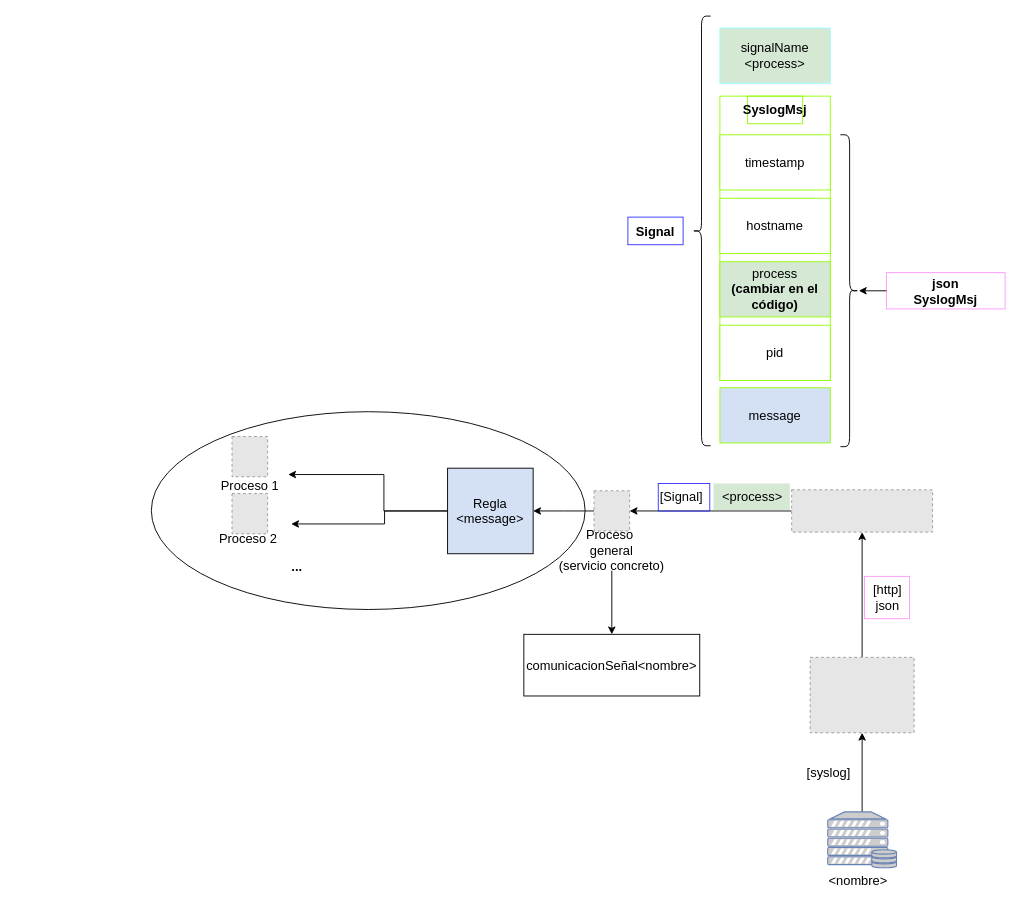
Earlier version of the draw.io diagram esquemaProcesos.drawio (MarianaReyesH/gestionRed). Source tidied: cells renumbered, new cells numbered last; positions are measured from the earlier drawing's top-left corner, leaving out a move shared by most shapes. Both pictures are drawn from the tidied source at 92%, with x=0, y=0 at pixel (151, 16). Pictures stored in the file or linked from it are replaced by grey dashed boxes.
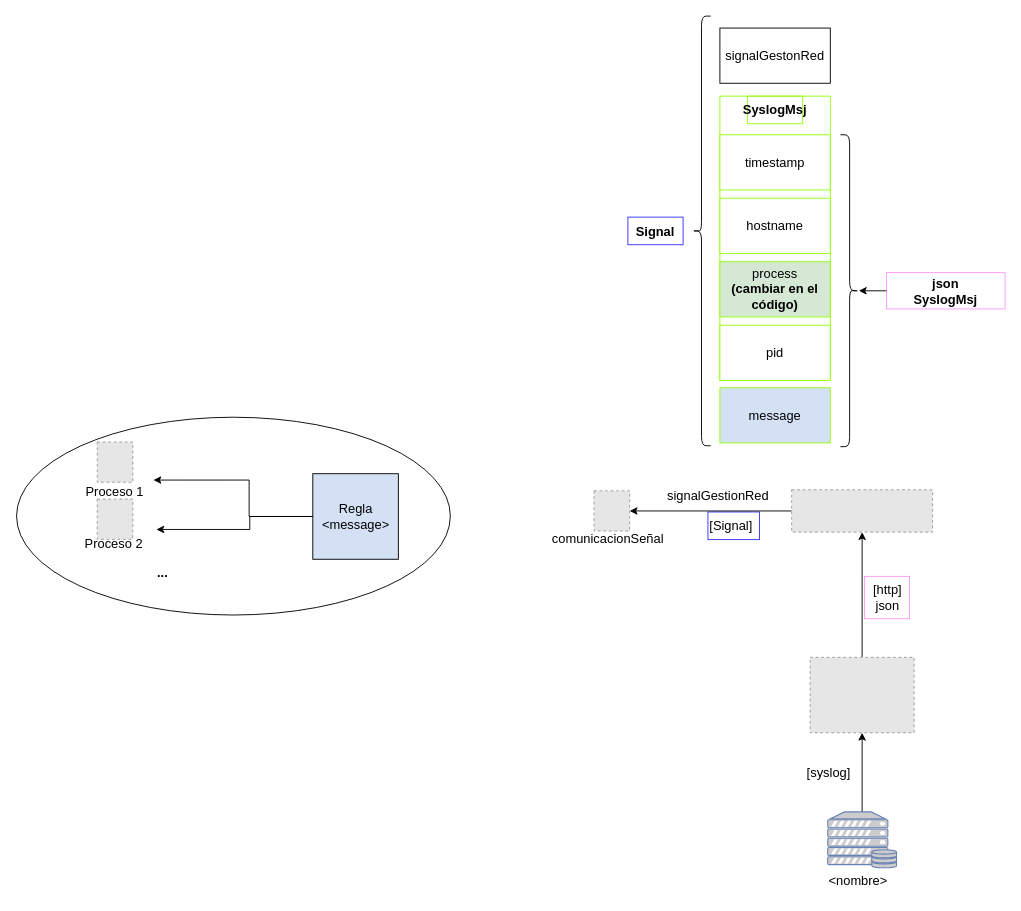
Above is the later version.

The change refers to these unchanged cells:
```xml
<mxCell id="6" value="&lt;font style=&quot;font-size: 14px;&quot;&gt;Regla&lt;/font&gt;&lt;div&gt;&lt;font style=&quot;font-size: 14px;&quot;&gt;&amp;lt;message&amp;gt;&lt;/font&gt;&lt;/div&gt;" style="whiteSpace=wrap;html=1;fillColor=#D4E1F5;" parent="2" vertex="1">
  <mxGeometry x="291.5" y="34.4" width="93" height="93" as="geometry" />
</mxCell>
<mxCell id="13" style="fillColor=#E6E6E6;strokeColor=#999999;dashed=1;verticalLabelPosition=bottom;labelBackgroundColor=default;verticalAlign=top;" parent="12" vertex="1">
  <mxGeometry x="57.2" width="38.7" height="43.7" as="geometry" />
</mxCell>
<mxCell id="29" style="group;" parent="28" vertex="1">
  <mxGeometry width="220" height="467" as="geometry" />
</mxCell>
```

What changed in the source:
```diff
@@
     <mxCell id="2" style="group;" parent="1" vertex="1">
-      <mxGeometry x="30.5" y="457" width="441" height="188" as="geometry" />
+      <mxGeometry x="-116" y="463" width="441" height="188" as="geometry" />
     </mxCell>
@@
     <mxCell id="12" style="group;" parent="1" vertex="1">
-      <mxGeometry x="424" y="516" width="212" height="223" as="geometry" />
+      <mxGeometry x="424" y="516" width="272" height="223" as="geometry" />
     </mxCell>
@@
-    <mxCell id="14" value="&lt;font style=&quot;font-size: 14px;&quot;&gt;Proceso&amp;nbsp;&lt;/font&gt;&lt;div&gt;&lt;font style=&quot;font-size: 14px;&quot;&gt;general&lt;/font&gt;&lt;/div&gt;&lt;div&gt;&lt;font style=&quot;font-size: 14px;&quot;&gt;(servicio concreto)&lt;/font&gt;&lt;/div&gt;" style="text;html=1;align=center;verticalAlign=middle;whiteSpace=wrap;rounded=0;" parent="12" vertex="1">
-      <mxGeometry y="43.7" width="153" height="43.1" as="geometry" />
+    <mxCell id="14" value="&lt;span style=&quot;font-size: 14px;&quot;&gt;comunicacionSeñal&lt;/span&gt;" style="text;html=1;align=center;verticalAlign=middle;whiteSpace=wrap;rounded=0;" parent="12" vertex="1">
+      <mxGeometry x="-4" y="30" width="153" height="43.1" as="geometry" />
     </mxCell>
-    <mxCell id="15" value="&lt;font style=&quot;font-size: 14px;&quot;&gt;comunicacionSeñal&amp;lt;nombre&amp;gt;&lt;/font&gt;" style="whiteSpace=wrap;html=1;" parent="12" vertex="1">
-      <mxGeometry x="-19.1" y="156" width="191.2" height="67" as="geometry" />
-    </mxCell>
-    <mxCell id="16" style="edgeStyle=orthogonalEdgeStyle;rounded=0;jettySize=auto;html=1;" parent="12" edge="1" source="14" target="15">
-      <mxGeometry relative="1" as="geometry" />
-    </mxCell>
-    <mxCell id="17" style="edgeStyle=orthogonalEdgeStyle;rounded=0;jettySize=auto;html=1;" parent="1" edge="1" source="13" target="6">
-      <mxGeometry relative="1" as="geometry" />
-    </mxCell>
+    <mxCell id="27" value="&lt;span style=&quot;color: rgb(0, 0, 0); font-family: Helvetica; font-size: 14px; font-style: normal; font-variant-ligatures: normal; font-variant-caps: normal; font-weight: 400; letter-spacing: normal; orphans: 2; text-align: center; text-indent: 0px; text-transform: none; widows: 2; word-spacing: 0px; -webkit-text-stroke-width: 0px; white-space: nowrap; background-color: rgb(255, 255, 255); text-decoration-thickness: initial; text-decoration-style: initial; text-decoration-color: initial; display: inline !important; float: none;&quot;&gt;[S&lt;/span&gt;&lt;font style=&quot;forced-color-adjust: none; color: rgb(0, 0, 0); font-family: Helvetica; font-size: 14px; font-style: normal; font-variant-ligatures: normal; font-variant-caps: normal; font-weight: 400; letter-spacing: normal; orphans: 2; text-align: center; text-indent: 0px; text-transform: none; widows: 2; word-spacing: 0px; -webkit-text-stroke-width: 0px; white-space: nowrap; background-color: rgb(255, 255, 255); text-decoration-thickness: initial; text-decoration-style: initial; text-decoration-color: initial;&quot;&gt;ignal&lt;/font&gt;&lt;span style=&quot;color: rgb(0, 0, 0); font-family: Helvetica; font-size: 14px; font-style: normal; font-variant-ligatures: normal; font-variant-caps: normal; font-weight: 400; letter-spacing: normal; orphans: 2; text-align: center; text-indent: 0px; text-transform: none; widows: 2; word-spacing: 0px; -webkit-text-stroke-width: 0px; white-space: nowrap; background-color: rgb(255, 255, 255); text-decoration-thickness: initial; text-decoration-style: initial; text-decoration-color: initial; display: inline !important; float: none;&quot;&gt;]&amp;nbsp;&lt;/span&gt;" style="text;whiteSpace=wrap;html=1;strokeColor=#3333FF;" parent="12" vertex="1">
+      <mxGeometry x="181" y="23" width="56" height="30" as="geometry" />
+    </mxCell>
+    <mxCell id="44" value="&lt;span style=&quot;color: rgb(0, 0, 0); font-family: Helvetica; font-size: 14px; font-style: normal; font-variant-ligatures: normal; font-variant-caps: normal; font-weight: 400; letter-spacing: normal; orphans: 2; text-align: center; text-indent: 0px; text-transform: none; widows: 2; word-spacing: 0px; -webkit-text-stroke-width: 0px; white-space: normal; background-color: rgb(255, 255, 255); text-decoration-thickness: initial; text-decoration-style: initial; text-decoration-color: initial; display: inline !important; float: none;&quot;&gt;signalGestionRed&lt;/span&gt;" style="text;whiteSpace=wrap;html=1;" parent="12" vertex="1">
+      <mxGeometry x="134.5" y="-9" width="149" height="39" as="geometry" />
+    </mxCell>
@@
-    <mxCell id="20" value="&lt;font style=&quot;font-size: 14px;&quot;&gt;&amp;lt;process&amp;gt;&lt;/font&gt;" style="text;html=1;align=center;verticalAlign=middle;strokeColor=none;fillColor=#D5E8D4;" parent="1" vertex="1">
-      <mxGeometry x="611" y="508" width="83" height="29" as="geometry" />
-    </mxCell>
@@
-    <mxCell id="27" value="&lt;span style=&quot;color: rgb(0, 0, 0); font-family: Helvetica; font-size: 14px; font-style: normal; font-variant-ligatures: normal; font-variant-caps: normal; font-weight: 400; letter-spacing: normal; orphans: 2; text-align: center; text-indent: 0px; text-transform: none; widows: 2; word-spacing: 0px; -webkit-text-stroke-width: 0px; white-space: nowrap; background-color: rgb(255, 255, 255); text-decoration-thickness: initial; text-decoration-style: initial; text-decoration-color: initial; display: inline !important; float: none;&quot;&gt;[S&lt;/span&gt;&lt;font style=&quot;forced-color-adjust: none; color: rgb(0, 0, 0); font-family: Helvetica; font-size: 14px; font-style: normal; font-variant-ligatures: normal; font-variant-caps: normal; font-weight: 400; letter-spacing: normal; orphans: 2; text-align: center; text-indent: 0px; text-transform: none; widows: 2; word-spacing: 0px; -webkit-text-stroke-width: 0px; white-space: nowrap; background-color: rgb(255, 255, 255); text-decoration-thickness: initial; text-decoration-style: initial; text-decoration-color: initial;&quot;&gt;ignal&lt;/font&gt;&lt;span style=&quot;color: rgb(0, 0, 0); font-family: Helvetica; font-size: 14px; font-style: normal; font-variant-ligatures: normal; font-variant-caps: normal; font-weight: 400; letter-spacing: normal; orphans: 2; text-align: center; text-indent: 0px; text-transform: none; widows: 2; word-spacing: 0px; -webkit-text-stroke-width: 0px; white-space: nowrap; background-color: rgb(255, 255, 255); text-decoration-thickness: initial; text-decoration-style: initial; text-decoration-color: initial; display: inline !important; float: none;&quot;&gt;]&amp;nbsp;&lt;/span&gt;" style="text;whiteSpace=wrap;html=1;strokeColor=#3333FF;" parent="1" vertex="1">
-      <mxGeometry x="551" y="508" width="56" height="30" as="geometry" />
-    </mxCell>
@@
-    <mxCell id="37" value="&lt;font style=&quot;font-size: 14px;&quot;&gt;signalName&lt;/font&gt;&lt;div&gt;&lt;span style=&quot;font-size: 14px;&quot;&gt;&amp;lt;process&amp;gt;&lt;/span&gt;&lt;/div&gt;" style="rounded=0;whiteSpace=wrap;html=1;strokeColor=#99FFFF;fillColor=#D5E8D4;" parent="29" vertex="1">
+    <mxCell id="37" value="&lt;font style=&quot;font-size: 14px;&quot;&gt;signalGestonRed&lt;/font&gt;" style="rounded=0;whiteSpace=wrap;html=1;" parent="29" vertex="1">
       <mxGeometry x="100" y="13" width="120" height="60" as="geometry" />
     </mxCell>
```
